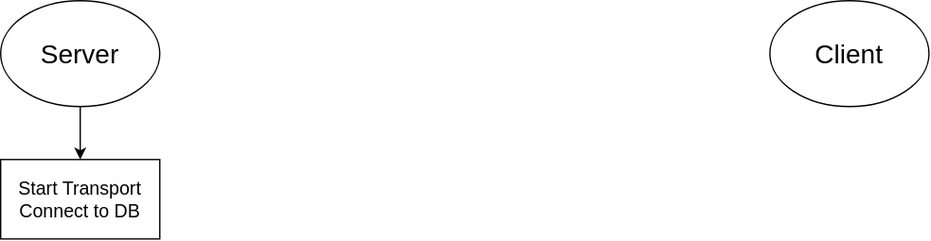
Earlier version of the draw.io export structure.drawio.svg (27MrMan/PythonEncryptedMessager). Source tidied: cells renumbered, new cells last; positions are measured from the earlier drawing's top-left corner, leaving out a move shared by most shapes. Source of this version:
```xml
<mxGraphModel>
  <root>
    <mxCell id="0" />
    <mxCell id="1" parent="0" />
    <mxCell id="2" value="&lt;font style=&quot;font-size: 20px;&quot;&gt;Server&lt;/font&gt;" style="ellipse;whiteSpace=wrap;html=1;" parent="1" vertex="1">
      <mxGeometry width="120" height="80" as="geometry" />
    </mxCell>
    <mxCell id="3" value="&lt;font style=&quot;font-size: 20px;&quot;&gt;Client&lt;/font&gt;" style="ellipse;whiteSpace=wrap;html=1;" parent="1" vertex="1">
      <mxGeometry x="580" width="120" height="80" as="geometry" />
    </mxCell>
    <mxCell id="4" value="&lt;font style=&quot;font-size: 14px;&quot;&gt;Start Transport&lt;/font&gt;&lt;div&gt;&lt;font style=&quot;font-size: 14px;&quot;&gt;Connect to DB&lt;/font&gt;&lt;/div&gt;" style="rounded=0;whiteSpace=wrap;html=1;" parent="1" vertex="1">
      <mxGeometry y="120" width="120" height="60" as="geometry" />
    </mxCell>
    <mxCell id="5" style="endArrow=classic;html=1;entryX=0.5;entryY=0;entryDx=0;entryDy=0;exitX=0.5;exitY=1;exitDx=0;exitDy=0;" parent="1" edge="1" source="2" target="4">
      <mxGeometry relative="1" as="geometry" />
    </mxCell>
  </root>
</mxGraphModel>
```
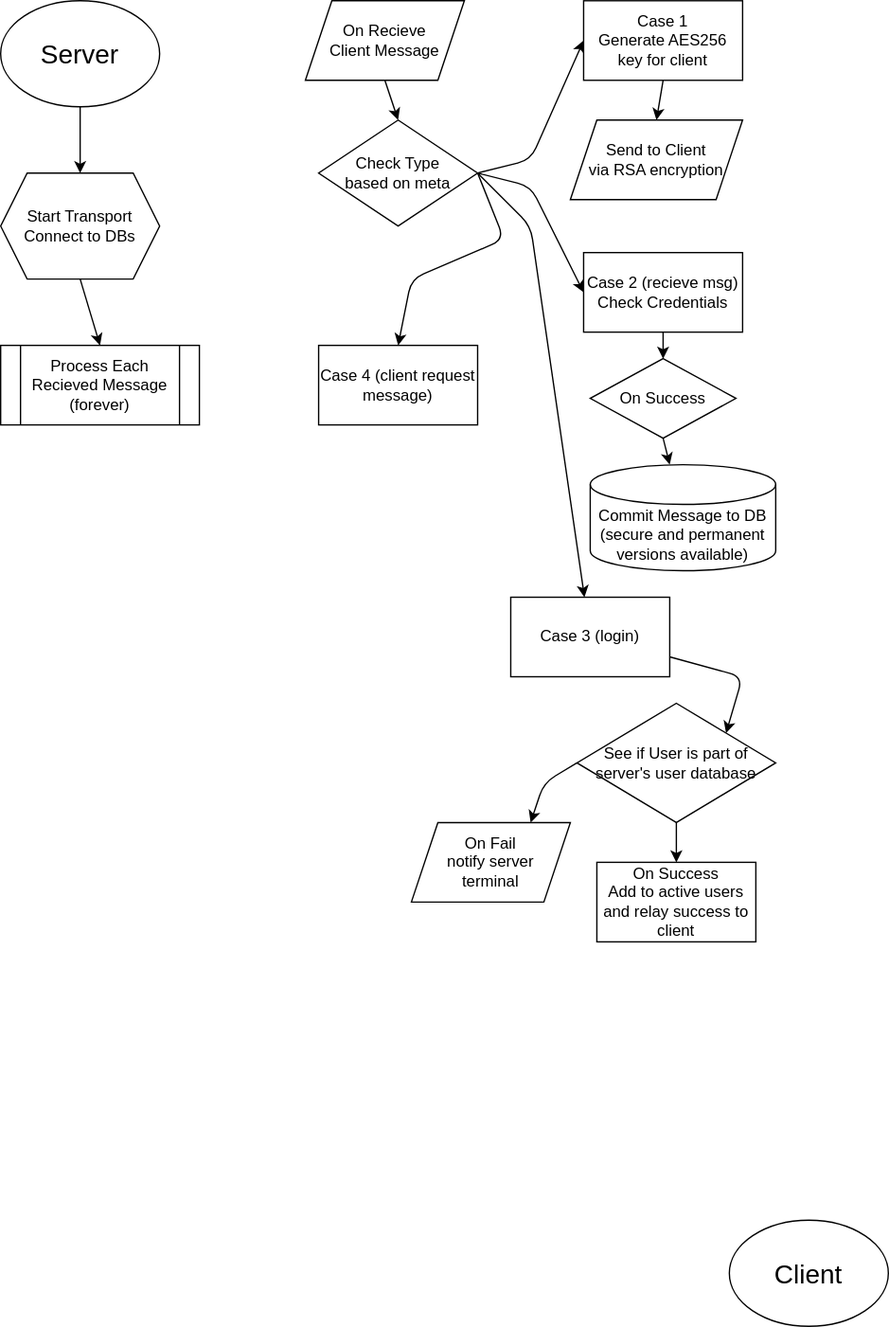
After the change.

What changed in the source:
```diff
@@ -2,17 +2,117 @@
   <root>
     <mxCell id="0" />
     <mxCell id="1" parent="0" />
+    <mxCell id="6" style="edgeStyle=none;html=1;entryX=0.5;entryY=0;entryDx=0;entryDy=0;" parent="1" edge="1" source="2" target="8">
+      <mxGeometry relative="1" as="geometry" />
+    </mxCell>
     <mxCell id="2" value="&lt;font style=&quot;font-size: 20px;&quot;&gt;Server&lt;/font&gt;" style="ellipse;whiteSpace=wrap;html=1;" parent="1" vertex="1">
       <mxGeometry width="120" height="80" as="geometry" />
     </mxCell>
     <mxCell id="3" value="&lt;font style=&quot;font-size: 20px;&quot;&gt;Client&lt;/font&gt;" style="ellipse;whiteSpace=wrap;html=1;" parent="1" vertex="1">
-      <mxGeometry x="580" width="120" height="80" as="geometry" />
+      <mxGeometry x="550" y="920" width="120" height="80" as="geometry" />
     </mxCell>
-    <mxCell id="4" value="&lt;font style=&quot;font-size: 14px;&quot;&gt;Start Transport&lt;/font&gt;&lt;div&gt;&lt;font style=&quot;font-size: 14px;&quot;&gt;Connect to DB&lt;/font&gt;&lt;/div&gt;" style="rounded=0;whiteSpace=wrap;html=1;" parent="1" vertex="1">
-      <mxGeometry y="120" width="120" height="60" as="geometry" />
-    </mxCell>
-    <mxCell id="5" style="endArrow=classic;html=1;entryX=0.5;entryY=0;entryDx=0;entryDy=0;exitX=0.5;exitY=1;exitDx=0;exitDy=0;" parent="1" edge="1" source="2" target="4">
-      <mxGeometry relative="1" as="geometry" />
-    </mxCell>
+    <mxCell id="7" style="edgeStyle=none;html=1;exitX=0.5;exitY=1;exitDx=0;exitDy=0;entryX=0.5;entryY=0;entryDx=0;entryDy=0;" parent="1" edge="1" source="8" target="9">
+      <mxGeometry relative="1" as="geometry" />
+    </mxCell>
+    <mxCell id="8" value="Start Transport&lt;div&gt;Connect to DBs&lt;/div&gt;" style="shape=hexagon;perimeter=hexagonPerimeter2;whiteSpace=wrap;html=1;fixedSize=1;" parent="1" vertex="1">
+      <mxGeometry y="130" width="120" height="80" as="geometry" />
+    </mxCell>
+    <mxCell id="9" value="Process Each Recieved Message&lt;div&gt;(forever)&lt;/div&gt;" style="shape=process;whiteSpace=wrap;html=1;backgroundOutline=1;" parent="1" vertex="1">
+      <mxGeometry y="260" width="150" height="60" as="geometry" />
+    </mxCell>
+    <mxCell id="10" style="edgeStyle=none;html=1;exitX=0.5;exitY=1;exitDx=0;exitDy=0;entryX=0.5;entryY=0;entryDx=0;entryDy=0;" parent="1" edge="1" source="11" target="16">
+      <mxGeometry relative="1" as="geometry" />
+    </mxCell>
+    <mxCell id="11" value="On Recieve&amp;nbsp;&lt;div&gt;Client Message&lt;/div&gt;" style="shape=parallelogram;perimeter=parallelogramPerimeter;whiteSpace=wrap;html=1;fixedSize=1;" parent="1" vertex="1">
+      <mxGeometry x="230" width="120" height="60" as="geometry" />
+    </mxCell>
+    <mxCell id="12" style="edgeStyle=none;html=1;entryX=0;entryY=0.5;entryDx=0;entryDy=0;exitX=1;exitY=0.5;exitDx=0;exitDy=0;" parent="1" edge="1" source="16" target="18">
+      <mxGeometry relative="1" as="geometry">
+        <Array as="points">
+          <mxPoint x="400" y="120" />
+        </Array>
+      </mxGeometry>
+    </mxCell>
+    <mxCell id="13" style="edgeStyle=none;html=1;exitX=1;exitY=0.5;exitDx=0;exitDy=0;entryX=0;entryY=0.5;entryDx=0;entryDy=0;" parent="1" edge="1" source="16" target="21">
+      <mxGeometry relative="1" as="geometry">
+        <Array as="points">
+          <mxPoint x="400" y="140" />
+        </Array>
+      </mxGeometry>
+    </mxCell>
+    <mxCell id="14" style="edgeStyle=none;html=1;exitX=1;exitY=0.5;exitDx=0;exitDy=0;" parent="1" edge="1" source="16" target="26">
+      <mxGeometry relative="1" as="geometry">
+        <Array as="points">
+          <mxPoint x="400" y="170" />
+        </Array>
+      </mxGeometry>
+    </mxCell>
+    <mxCell id="15" style="edgeStyle=none;html=1;exitX=1;exitY=0.5;exitDx=0;exitDy=0;entryX=0.5;entryY=0;entryDx=0;entryDy=0;" parent="1" edge="1" source="16" target="32">
+      <mxGeometry relative="1" as="geometry">
+        <Array as="points">
+          <mxPoint x="380" y="180" />
+          <mxPoint x="310" y="210" />
+        </Array>
+      </mxGeometry>
+    </mxCell>
+    <mxCell id="16" value="Check Type&lt;div&gt;based on meta&lt;/div&gt;" style="rhombus;whiteSpace=wrap;html=1;" parent="1" vertex="1">
+      <mxGeometry x="240" y="90" width="120" height="80" as="geometry" />
+    </mxCell>
+    <mxCell id="17" style="edgeStyle=none;html=1;exitX=0.5;exitY=1;exitDx=0;exitDy=0;entryX=0.5;entryY=0;entryDx=0;entryDy=0;" parent="1" edge="1" source="18" target="19">
+      <mxGeometry relative="1" as="geometry" />
+    </mxCell>
+    <mxCell id="18" value="Case 1&lt;div&gt;Generate AES256 key for client&lt;/div&gt;" style="rounded=0;whiteSpace=wrap;html=1;" parent="1" vertex="1">
+      <mxGeometry x="440" width="120" height="60" as="geometry" />
+    </mxCell>
+    <mxCell id="19" value="Send to Client&lt;div&gt;via RSA encryption&lt;/div&gt;" style="shape=parallelogram;perimeter=parallelogramPerimeter;whiteSpace=wrap;html=1;fixedSize=1;" parent="1" vertex="1">
+      <mxGeometry x="430" y="90" width="130" height="60" as="geometry" />
+    </mxCell>
+    <mxCell id="20" style="edgeStyle=none;html=1;exitX=0.5;exitY=1;exitDx=0;exitDy=0;entryX=0.5;entryY=0;entryDx=0;entryDy=0;" parent="1" edge="1" source="21" target="24">
+      <mxGeometry relative="1" as="geometry" />
+    </mxCell>
+    <mxCell id="21" value="Case 2 (recieve msg)&lt;div&gt;Check Credentials&lt;/div&gt;" style="rounded=0;whiteSpace=wrap;html=1;" parent="1" vertex="1">
+      <mxGeometry x="440" y="190" width="120" height="60" as="geometry" />
+    </mxCell>
+    <mxCell id="22" value="Commit Message to DB&lt;div&gt;(secure and permanent versions available)&lt;/div&gt;" style="shape=cylinder3;whiteSpace=wrap;html=1;boundedLbl=1;backgroundOutline=1;size=15;" parent="1" vertex="1">
+      <mxGeometry x="445" y="350" width="140" height="80" as="geometry" />
+    </mxCell>
+    <mxCell id="23" style="edgeStyle=none;html=1;exitX=0.5;exitY=1;exitDx=0;exitDy=0;" parent="1" edge="1" source="24" target="22">
+      <mxGeometry relative="1" as="geometry" />
+    </mxCell>
+    <mxCell id="24" value="On Success" style="rhombus;whiteSpace=wrap;html=1;" parent="1" vertex="1">
+      <mxGeometry x="445" y="270" width="110" height="60" as="geometry" />
+    </mxCell>
+    <mxCell id="25" style="edgeStyle=none;html=1;exitX=1;exitY=0.75;exitDx=0;exitDy=0;entryX=1;entryY=0;entryDx=0;entryDy=0;" parent="1" edge="1" source="26" target="29">
+      <mxGeometry relative="1" as="geometry">
+        <Array as="points">
+          <mxPoint x="560" y="510" />
+        </Array>
+      </mxGeometry>
+    </mxCell>
+    <mxCell id="26" value="Case 3 (login)" style="rounded=0;whiteSpace=wrap;html=1;" parent="1" vertex="1">
+      <mxGeometry x="385" y="450" width="120" height="60" as="geometry" />
+    </mxCell>
+    <mxCell id="27" style="edgeStyle=none;html=1;exitX=0;exitY=0.5;exitDx=0;exitDy=0;entryX=0.75;entryY=0;entryDx=0;entryDy=0;" parent="1" edge="1" source="29" target="30">
+      <mxGeometry relative="1" as="geometry">
+        <Array as="points">
+          <mxPoint x="410" y="590" />
+        </Array>
+      </mxGeometry>
+    </mxCell>
+    <mxCell id="28" style="edgeStyle=none;html=1;exitX=0.5;exitY=1;exitDx=0;exitDy=0;entryX=0.5;entryY=0;entryDx=0;entryDy=0;" parent="1" edge="1" source="29" target="31">
+      <mxGeometry relative="1" as="geometry" />
+    </mxCell>
+    <mxCell id="29" value="See if User is part of server's user database" style="rhombus;whiteSpace=wrap;html=1;" parent="1" vertex="1">
+      <mxGeometry x="435" y="530" width="150" height="90" as="geometry" />
+    </mxCell>
+    <mxCell id="30" value="On Fail&lt;div&gt;notify server&lt;/div&gt;&lt;div&gt;&amp;nbsp;terminal&lt;/div&gt;" style="shape=parallelogram;perimeter=parallelogramPerimeter;whiteSpace=wrap;html=1;fixedSize=1;" parent="1" vertex="1">
+      <mxGeometry x="310" y="620" width="120" height="60" as="geometry" />
+    </mxCell>
+    <mxCell id="31" value="On Success&lt;div&gt;Add to active users and relay success to client&lt;/div&gt;" style="rounded=0;whiteSpace=wrap;html=1;" parent="1" vertex="1">
+      <mxGeometry x="450" y="650" width="120" height="60" as="geometry" />
+    </mxCell>
+    <mxCell id="32" value="Case 4 (client request message)" style="rounded=0;whiteSpace=wrap;html=1;" parent="1" vertex="1">
+      <mxGeometry x="240" y="260" width="120" height="60" as="geometry" />
+    </mxCell>
   </root>
 </mxGraphModel>
```
